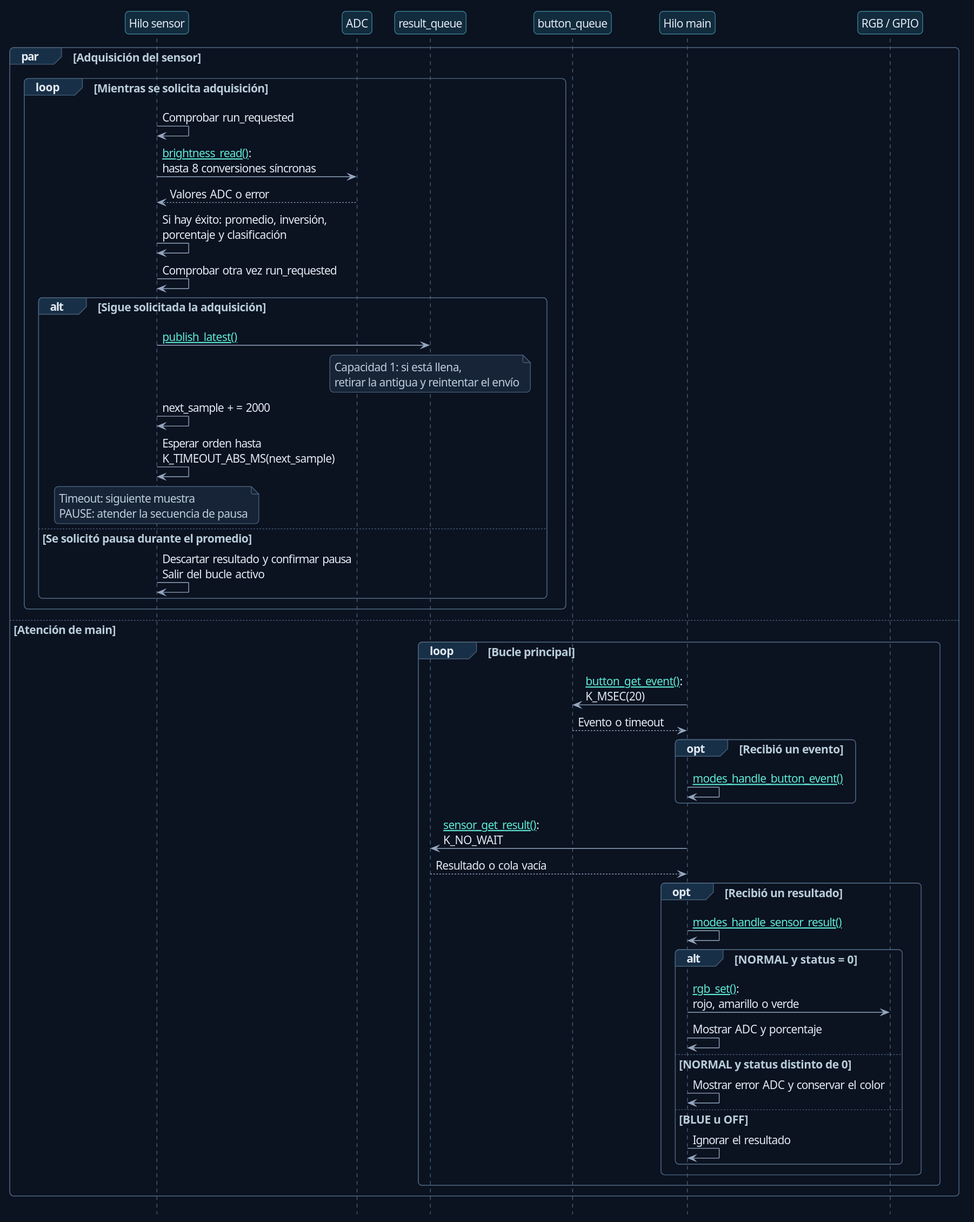
Above: Assessment_1/docs/diagrams/muestreo.svg in PabloHernaez/Embedded_Assessments (PlantUML), before the change. Its source is kept beside it as Assessment_1/docs/diagrams/muestreo.puml.
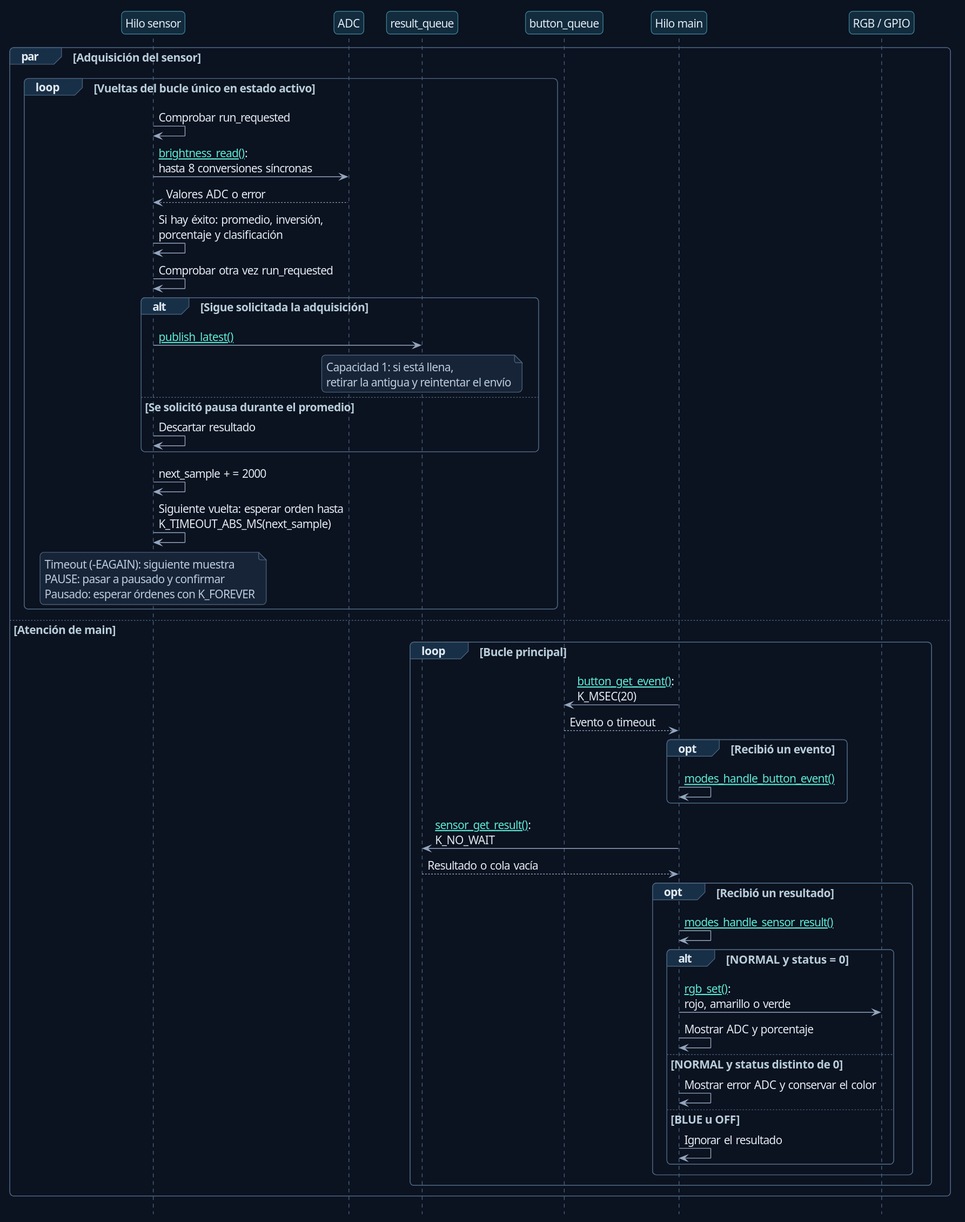
The same diagram one commit later.

The edit, as a diff of the source:
```diff
@@ -10,7 +10,7 @@
 participant "RGB / GPIO" as RGB
 
 par Adquisición del sensor
-    loop Mientras se solicita adquisición
+    loop Vueltas del bucle único en estado activo
         S -> S : Comprobar run_requested
         S -> ADC : [[https://github.com/PabloHernaez/Embedded_Assessments/blob/master/Assessment_1/src/brightness.c#L39{brightness_read()} brightness_read()]]:\nhasta 8 conversiones síncronas
         ADC --> S : Valores ADC o error
@@ -22,15 +22,16 @@
                 Capacidad 1: si está llena,
                 retirar la antigua y reintentar el envío
             end note
-            S -> S : next_sample += 2000
-            S -> S : Esperar orden hasta\nK_TIMEOUT_ABS_MS(next_sample)
-            note over S
-                Timeout: siguiente muestra
-                PAUSE: atender la secuencia de pausa
-            end note
         else Se solicitó pausa durante el promedio
-            S -> S : Descartar resultado y confirmar pausa\nSalir del bucle activo
+            S -> S : Descartar resultado
         end
+        S -> S : next_sample += 2000
+        S -> S : Siguiente vuelta: esperar orden hasta\nK_TIMEOUT_ABS_MS(next_sample)
+        note over S
+            Timeout (-EAGAIN): siguiente muestra
+            PAUSE: pasar a pausado y confirmar
+            Pausado: esperar órdenes con K_FOREVER
+        end note
     end
 else Atención de main
     loop Bucle principal
@@ -39,7 +40,7 @@
         opt Recibió un evento
             M -> M : [[https://github.com/PabloHernaez/Embedded_Assessments/blob/master/Assessment_1/src/modes.c#L111{modes_handle_button_event()} modes_handle_button_event()]]
         end
-        M -> R : [[https://github.com/PabloHernaez/Embedded_Assessments/blob/master/Assessment_1/src/sensor_thread.c#L178{sensor_get_result()} sensor_get_result()]]:\nK_NO_WAIT
+        M -> R : [[https://github.com/PabloHernaez/Embedded_Assessments/blob/master/Assessment_1/src/sensor_thread.c#L173{sensor_get_result()} sensor_get_result()]]:\nK_NO_WAIT
         R --> M : Resultado o cola vacía
         opt Recibió un resultado
             M -> M : [[https://github.com/PabloHernaez/Embedded_Assessments/blob/master/Assessment_1/src/modes.c#L170{modes_handle_sensor_result()} modes_handle_sensor_result()]]
```
